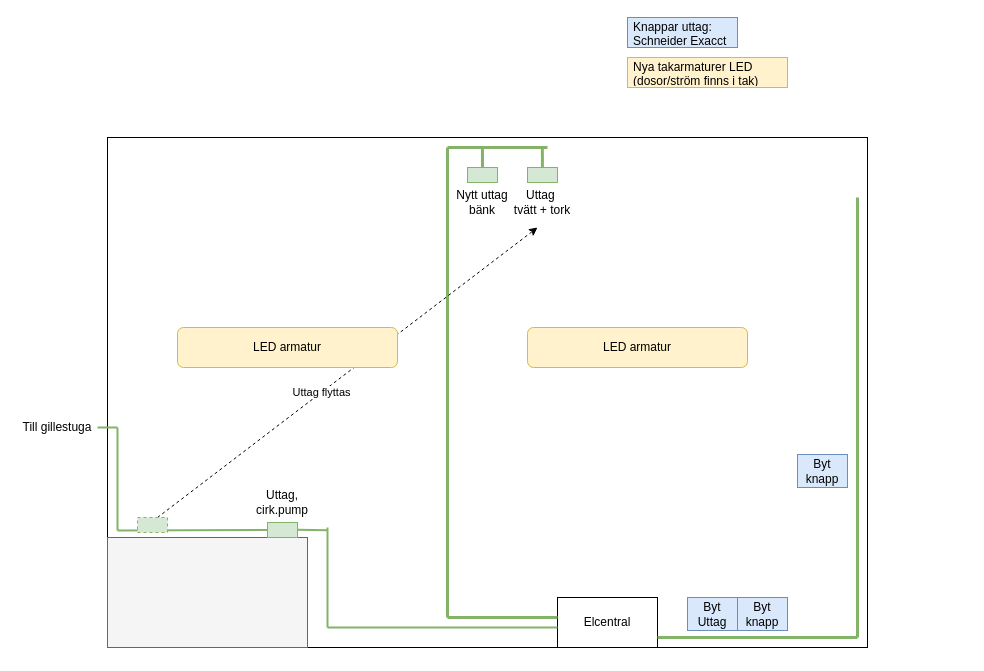
This is tvattstuga - el.drawio from JazzMasta/draw.io, a draw.io file, before an edit. Source tidied: cells renumbered, new cells numbered last; positions are measured from the earlier drawing's top-left corner, leaving out a move shared by most shapes. Both pictures are drawn from the tidied source at 100%, with x=0, y=0 at pixel (17, 17).
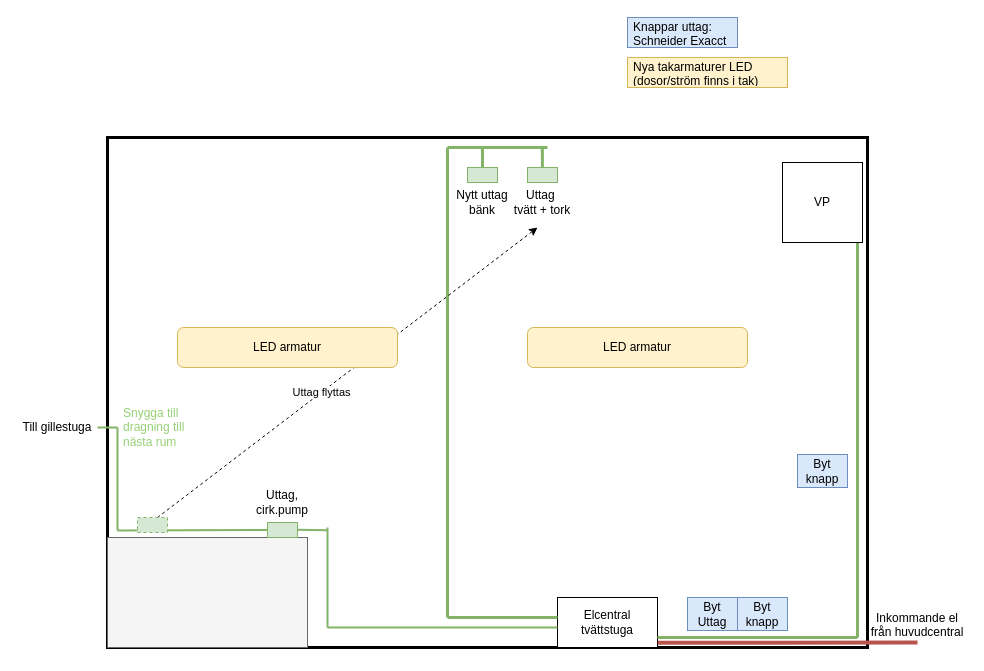
Above is the later version.

Diff of the diagram source:
```diff
@@
-    <mxCell id="2" style="rounded=0;whiteSpace=wrap;html=1;" parent="1" vertex="1">
+    <mxCell id="2" style="rounded=0;whiteSpace=wrap;html=1;strokeWidth=3;" parent="1" vertex="1">
       <mxGeometry x="90" y="120" width="760" height="510" as="geometry" />
     </mxCell>
@@
-    <mxCell id="4" value="Elcentral" style="rounded=0;whiteSpace=wrap;html=1;" parent="1" vertex="1">
+    <mxCell id="4" value="Elcentral&lt;br&gt;tvättstuga" style="rounded=0;whiteSpace=wrap;html=1;" parent="1" vertex="1">
       <mxGeometry x="540" y="580" width="100" height="50" as="geometry" />
     </mxCell>
@@
+    <mxCell id="35" value="Snygga till dragning till nästa rum" style="text;strokeColor=none;fillColor=none;align=left;verticalAlign=middle;spacingLeft=4;spacingRight=4;overflow=hidden;whiteSpace=wrap;html=1;fontColor=#97D077;" parent="1" vertex="1">
+      <mxGeometry x="100" y="375" width="90" height="70" as="geometry" />
+    </mxCell>
+    <mxCell id="36" value="VP" style="whiteSpace=wrap;html=1;" parent="1" vertex="1">
+      <mxGeometry x="765" y="145" width="80" height="80" as="geometry" />
+    </mxCell>
+    <mxCell id="37" style="endArrow=none;html=1;rounded=0;fillColor=#f8cecc;strokeColor=#b85450;strokeWidth=4;exitX=1.003;exitY=0.906;exitDx=0;exitDy=0;exitPerimeter=0;" parent="1" edge="1" source="4">
+      <mxGeometry relative="1" as="geometry">
+        <mxPoint x="900" y="625" as="targetPoint" />
+      </mxGeometry>
+    </mxCell>
+    <mxCell id="38" value="Inkommande el från huvudcentral&lt;div&gt;&lt;br&gt;&lt;/div&gt;" style="text;html=1;align=center;verticalAlign=middle;whiteSpace=wrap;rounded=0;" parent="1" vertex="1">
+      <mxGeometry x="850" y="600" width="100" height="30" as="geometry" />
+    </mxCell>
```
